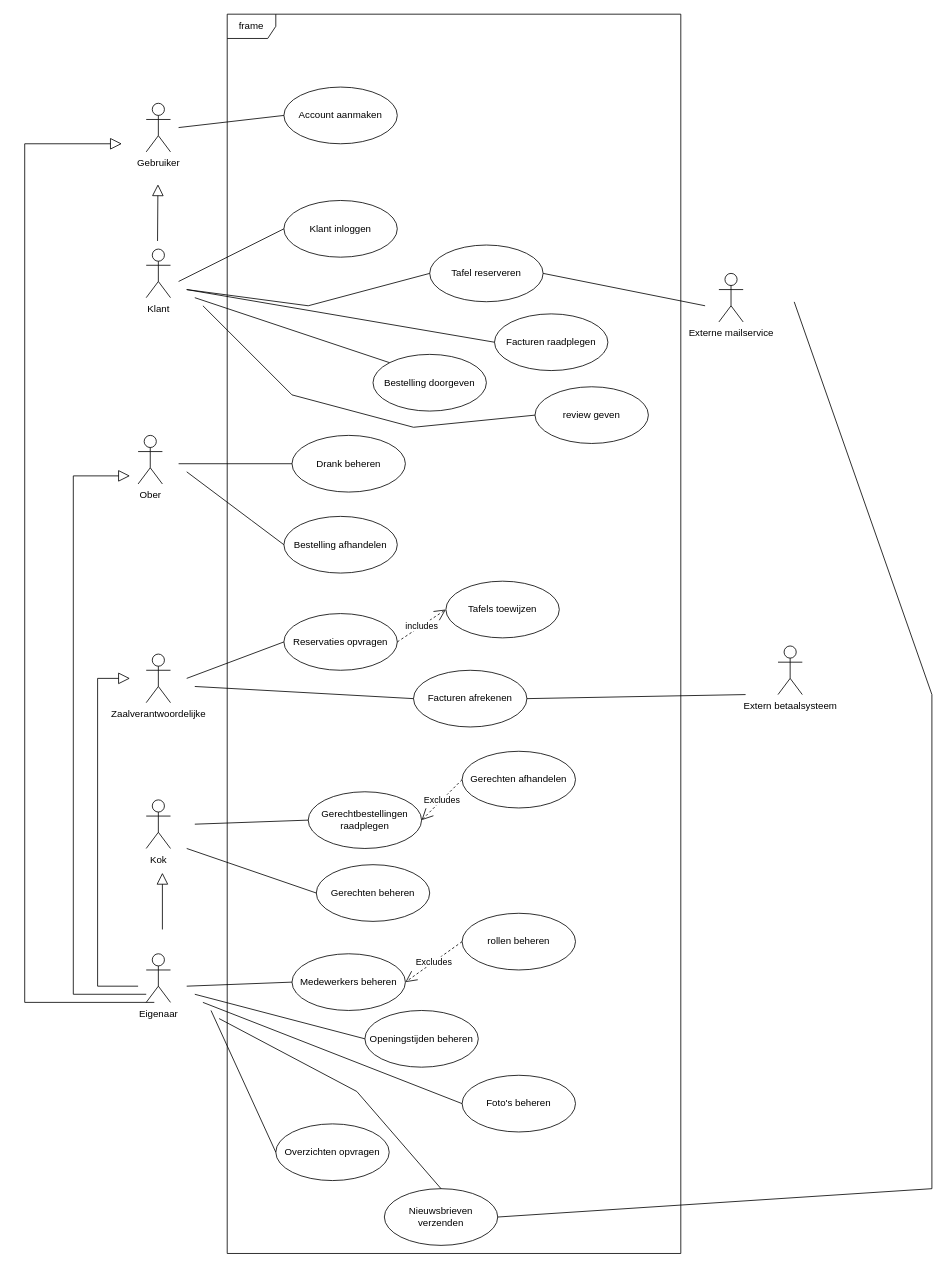
Earlier version of the draw.io diagram uml-schema-jens.drawio (jensvp/uml). Source tidied: cells renumbered, new cells numbered last; positions are measured from the earlier drawing's top-left corner, leaving out a move shared by most shapes. Both pictures are drawn from the tidied source at 81%, with x=0, y=0 at pixel (24, 14).
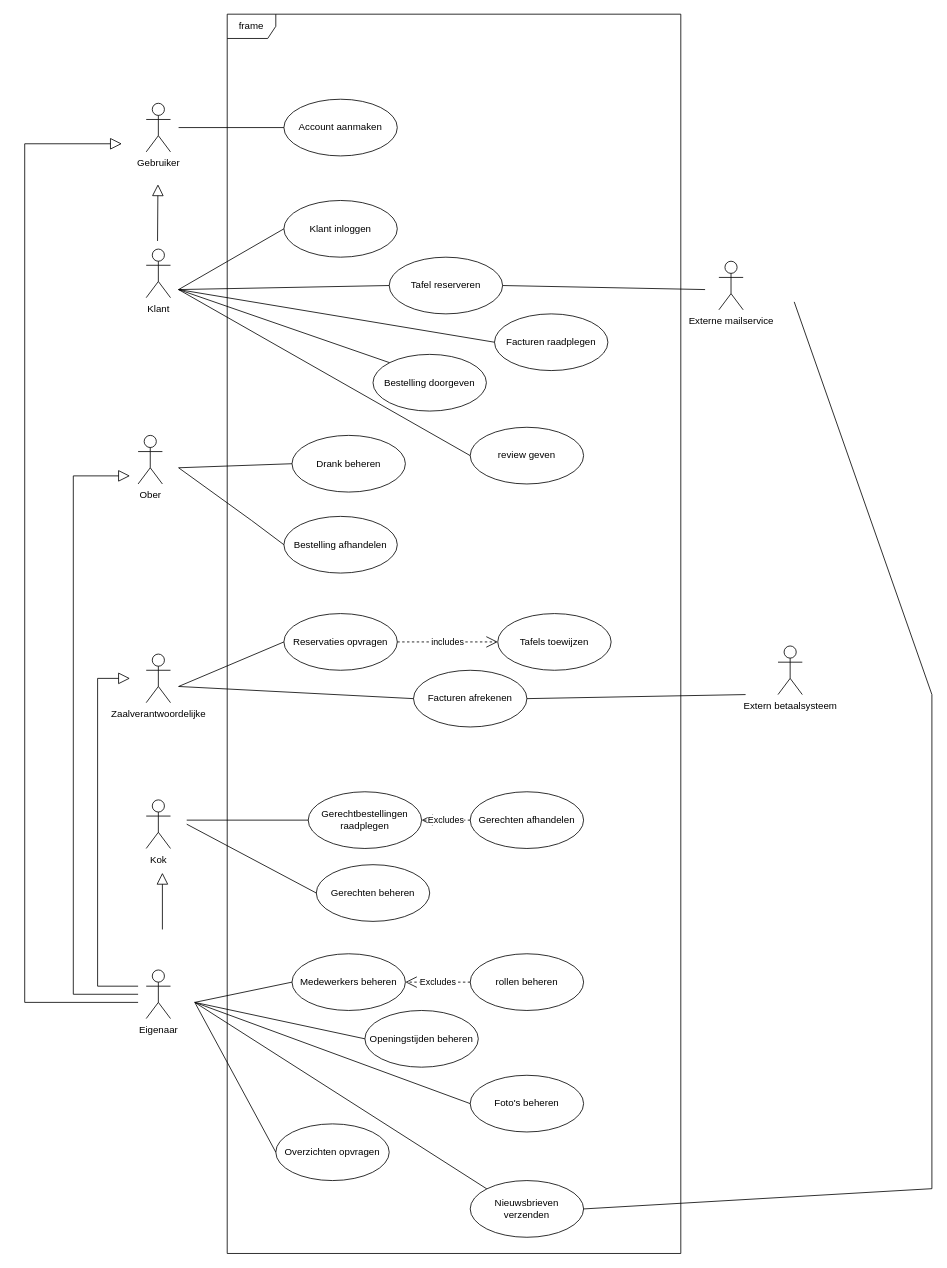
The same page after the edit.

Commit message (it also covers changes not shown here):
Opstelling beter uitgewerkt

Unchanged cells that the change refers to:
```xml
<mxCell id="8" value="Klant inloggen" style="ellipse;whiteSpace=wrap;html=1;" parent="1" vertex="1">
  <mxGeometry x="320" y="230" width="140" height="70" as="geometry" />
</mxCell>
<mxCell id="12" value="Bestelling doorgeven" style="ellipse;whiteSpace=wrap;html=1;" parent="1" vertex="1">
  <mxGeometry x="430" y="420" width="140" height="70" as="geometry" />
</mxCell>
<mxCell id="16" value="Facturen raadplegen" style="ellipse;whiteSpace=wrap;html=1;" parent="1" vertex="1">
  <mxGeometry x="580" y="370" width="140" height="70" as="geometry" />
</mxCell>
<mxCell id="18" value="Bestelling afhandelen" style="ellipse;whiteSpace=wrap;html=1;" parent="1" vertex="1">
  <mxGeometry x="320" y="620" width="140" height="70" as="geometry" />
</mxCell>
<mxCell id="19" value="Drank beheren" style="ellipse;whiteSpace=wrap;html=1;" parent="1" vertex="1">
  <mxGeometry x="330" y="520" width="140" height="70" as="geometry" />
</mxCell>
<mxCell id="22" value="Reservaties opvragen" style="ellipse;whiteSpace=wrap;html=1;" parent="1" vertex="1">
  <mxGeometry x="320" y="740" width="140" height="70" as="geometry" />
</mxCell>
<mxCell id="25" value="Facturen afrekenen" style="ellipse;whiteSpace=wrap;html=1;" parent="1" vertex="1">
  <mxGeometry x="480" y="810" width="140" height="70" as="geometry" />
</mxCell>
<mxCell id="29" value="Gerechtbestellingen raadplegen" style="ellipse;whiteSpace=wrap;html=1;" parent="1" vertex="1">
  <mxGeometry x="350" y="960" width="140" height="70" as="geometry" />
</mxCell>
<mxCell id="30" value="Gerechten beheren" style="ellipse;whiteSpace=wrap;html=1;" parent="1" vertex="1">
  <mxGeometry x="360" y="1050" width="140" height="70" as="geometry" />
</mxCell>
<mxCell id="34" value="Medewerkers beheren" style="ellipse;whiteSpace=wrap;html=1;" parent="1" vertex="1">
  <mxGeometry x="330" y="1160" width="140" height="70" as="geometry" />
</mxCell>
<mxCell id="37" value="Overzichten opvragen" style="ellipse;whiteSpace=wrap;html=1;" parent="1" vertex="1">
  <mxGeometry x="310" y="1370" width="140" height="70" as="geometry" />
</mxCell>
<mxCell id="40" value="Openingstijden beheren" style="ellipse;whiteSpace=wrap;html=1;" parent="1" vertex="1">
  <mxGeometry x="420" y="1230" width="140" height="70" as="geometry" />
</mxCell>
```

The edit, as a diff of the source:
```diff
@@
     <mxCell id="6" value="Eigenaar" style="shape=umlActor;verticalLabelPosition=bottom;verticalAlign=top;html=1;" parent="1" vertex="1">
-      <mxGeometry x="150" y="1160" width="30" height="60" as="geometry" />
+      <mxGeometry x="150" y="1180" width="30" height="60" as="geometry" />
     </mxCell>
@@
     <mxCell id="9" style="endArrow=none;html=1;rounded=0;entryX=0;entryY=0.5;entryDx=0;entryDy=0;" parent="1" edge="1" target="8">
       <mxGeometry relative="1" as="geometry">
-        <mxPoint x="190" y="330" as="sourcePoint" />
+        <mxPoint x="190" y="340" as="sourcePoint" />
       </mxGeometry>
     </mxCell>
     <mxCell id="10" value="Tafel reserveren" style="ellipse;whiteSpace=wrap;html=1;" parent="1" vertex="1">
-      <mxGeometry x="500" y="285" width="140" height="70" as="geometry" />
+      <mxGeometry x="450" y="300" width="140" height="70" as="geometry" />
     </mxCell>
     <mxCell id="11" style="endArrow=none;html=1;rounded=0;entryX=0;entryY=0.5;entryDx=0;entryDy=0;" parent="1" edge="1" target="10">
       <mxGeometry relative="1" as="geometry">
-        <mxPoint x="200" y="340" as="sourcePoint" />
-        <Array as="points">
-          <mxPoint x="350" y="360" />
-        </Array>
+        <mxPoint x="190" y="340" as="sourcePoint" />
       </mxGeometry>
     </mxCell>
@@
     <mxCell id="13" value="Externe mailservice" style="shape=umlActor;verticalLabelPosition=bottom;verticalAlign=top;html=1;" parent="1" vertex="1">
-      <mxGeometry x="857" y="320" width="30" height="60" as="geometry" />
+      <mxGeometry x="857" y="305" width="30" height="60" as="geometry" />
     </mxCell>
     <mxCell id="14" style="endArrow=none;html=1;rounded=0;entryX=1;entryY=0.5;entryDx=0;entryDy=0;" parent="1" edge="1" target="10">
       <mxGeometry relative="1" as="geometry">
-        <mxPoint x="840" y="360" as="sourcePoint" />
+        <mxPoint x="840" y="340" as="sourcePoint" />
       </mxGeometry>
     </mxCell>
     <mxCell id="15" style="endArrow=none;html=1;rounded=0;entryX=0;entryY=0;entryDx=0;entryDy=0;" parent="1" edge="1" target="12">
       <mxGeometry relative="1" as="geometry">
-        <mxPoint x="210" y="350" as="sourcePoint" />
+        <mxPoint x="190" y="340" as="sourcePoint" />
       </mxGeometry>
     </mxCell>
@@
     <mxCell id="17" value="review geven" style="ellipse;whiteSpace=wrap;html=1;" parent="1" vertex="1">
-      <mxGeometry x="630" y="460" width="140" height="70" as="geometry" />
+      <mxGeometry x="550" y="510" width="140" height="70" as="geometry" />
     </mxCell>
@@
     <mxCell id="20" style="endArrow=none;html=1;rounded=0;entryX=0;entryY=0.5;entryDx=0;entryDy=0;" parent="1" edge="1" target="19">
       <mxGeometry relative="1" as="geometry">
-        <mxPoint x="190" y="555" as="sourcePoint" />
+        <mxPoint x="190" y="560" as="sourcePoint" />
       </mxGeometry>
     </mxCell>
     <mxCell id="21" style="endArrow=none;html=1;rounded=0;entryX=0;entryY=0.5;entryDx=0;entryDy=0;" parent="1" edge="1" target="18">
       <mxGeometry relative="1" as="geometry">
-        <mxPoint x="200" y="565" as="sourcePoint" />
+        <mxPoint x="190" y="560" as="sourcePoint" />
         <Array as="points">
           <mxPoint x="280" y="625" />
         </Array>
       </mxGeometry>
     </mxCell>
@@
     <mxCell id="23" style="endArrow=none;html=1;rounded=0;entryX=0;entryY=0.5;entryDx=0;entryDy=0;" parent="1" edge="1" target="22">
       <mxGeometry relative="1" as="geometry">
-        <mxPoint x="200" y="820" as="sourcePoint" />
+        <mxPoint x="190" y="830" as="sourcePoint" />
       </mxGeometry>
     </mxCell>
     <mxCell id="24" value="Tafels toewijzen" style="ellipse;whiteSpace=wrap;html=1;" parent="1" vertex="1">
-      <mxGeometry x="520" y="700" width="140" height="70" as="geometry" />
+      <mxGeometry x="584" y="740" width="140" height="70" as="geometry" />
     </mxCell>
@@
     <mxCell id="26" style="endArrow=none;html=1;rounded=0;entryX=0;entryY=0.5;entryDx=0;entryDy=0;" parent="1" edge="1" target="25">
       <mxGeometry relative="1" as="geometry">
-        <mxPoint x="210" y="830" as="sourcePoint" />
+        <mxPoint x="190" y="830" as="sourcePoint" />
       </mxGeometry>
     </mxCell>
@@
     <mxCell id="31" value="Gerechten afhandelen" style="ellipse;whiteSpace=wrap;html=1;" parent="1" vertex="1">
-      <mxGeometry x="540" y="910" width="140" height="70" as="geometry" />
+      <mxGeometry x="550" y="960" width="140" height="70" as="geometry" />
     </mxCell>
     <mxCell id="32" style="endArrow=none;html=1;rounded=0;entryX=0;entryY=0.5;entryDx=0;entryDy=0;" parent="1" edge="1" target="29">
       <mxGeometry relative="1" as="geometry">
-        <mxPoint x="210" y="1000" as="sourcePoint" />
+        <mxPoint x="200" y="995" as="sourcePoint" />
       </mxGeometry>
     </mxCell>
     <mxCell id="33" style="endArrow=none;html=1;rounded=0;entryX=0;entryY=0.5;entryDx=0;entryDy=0;" parent="1" edge="1" target="30">
       <mxGeometry relative="1" as="geometry">
-        <mxPoint x="200" y="1030" as="sourcePoint" />
+        <mxPoint x="200" y="1000" as="sourcePoint" />
       </mxGeometry>
     </mxCell>
@@
     <mxCell id="35" value="rollen beheren" style="ellipse;whiteSpace=wrap;html=1;" parent="1" vertex="1">
-      <mxGeometry x="540" y="1110" width="140" height="70" as="geometry" />
+      <mxGeometry x="550" y="1160" width="140" height="70" as="geometry" />
     </mxCell>
     <mxCell id="36" style="endArrow=none;html=1;rounded=0;entryX=0;entryY=0.5;entryDx=0;entryDy=0;" parent="1" edge="1" target="34">
       <mxGeometry relative="1" as="geometry">
-        <mxPoint x="200" y="1200" as="sourcePoint" />
+        <mxPoint x="210" y="1220" as="sourcePoint" />
       </mxGeometry>
     </mxCell>
@@
     <mxCell id="38" value="Nieuwsbrieven verzenden" style="ellipse;whiteSpace=wrap;html=1;" parent="1" vertex="1">
-      <mxGeometry x="444" y="1450" width="140" height="70" as="geometry" />
+      <mxGeometry x="550" y="1440" width="140" height="70" as="geometry" />
     </mxCell>
     <mxCell id="39" value="Foto's beheren" style="ellipse;whiteSpace=wrap;html=1;" parent="1" vertex="1">
-      <mxGeometry x="540" y="1310" width="140" height="70" as="geometry" />
+      <mxGeometry x="550" y="1310" width="140" height="70" as="geometry" />
     </mxCell>
@@
     <mxCell id="41" style="endArrow=none;html=1;rounded=0;entryX=0;entryY=0.5;entryDx=0;entryDy=0;" parent="1" edge="1" target="40">
       <mxGeometry relative="1" as="geometry">
-        <mxPoint x="210" y="1210" as="sourcePoint" />
+        <mxPoint x="210" y="1220" as="sourcePoint" />
       </mxGeometry>
     </mxCell>
     <mxCell id="42" style="endArrow=none;html=1;rounded=0;entryX=0;entryY=0.5;entryDx=0;entryDy=0;" parent="1" edge="1" target="39">
       <mxGeometry relative="1" as="geometry">
-        <mxPoint x="220" y="1220" as="sourcePoint" />
+        <mxPoint x="210" y="1220" as="sourcePoint" />
       </mxGeometry>
     </mxCell>
     <mxCell id="43" style="endArrow=none;html=1;rounded=0;entryX=0;entryY=0.5;entryDx=0;entryDy=0;" parent="1" edge="1" target="37">
       <mxGeometry relative="1" as="geometry">
-        <mxPoint x="230" y="1230" as="sourcePoint" />
+        <mxPoint x="210" y="1220" as="sourcePoint" />
       </mxGeometry>
     </mxCell>
-    <mxCell id="44" style="endArrow=none;html=1;rounded=0;entryX=0.5;entryY=0;entryDx=0;entryDy=0;" parent="1" edge="1" target="38">
+    <mxCell id="44" style="endArrow=none;html=1;rounded=0;entryX=0;entryY=0;entryDx=0;entryDy=0;" parent="1" edge="1" target="38">
       <mxGeometry relative="1" as="geometry">
-        <mxPoint x="240" y="1240" as="sourcePoint" />
-        <Array as="points">
-          <mxPoint x="410" y="1330" />
-        </Array>
+        <mxPoint x="210" y="1220" as="sourcePoint" />
       </mxGeometry>
     </mxCell>
@@
     <mxCell id="48" style="endArrow=none;html=1;rounded=0;entryX=0;entryY=0.5;entryDx=0;entryDy=0;" parent="1" edge="1" target="17">
       <mxGeometry relative="1" as="geometry">
-        <mxPoint x="220" y="360" as="sourcePoint" />
-        <Array as="points">
-          <mxPoint x="330" y="470" />
-          <mxPoint x="480" y="510" />
-        </Array>
+        <mxPoint x="190" y="340" as="sourcePoint" />
       </mxGeometry>
     </mxCell>
     <mxCell id="49" style="endArrow=none;html=1;rounded=0;entryX=0;entryY=0.5;entryDx=0;entryDy=0;" parent="1" edge="1" target="16">
       <mxGeometry relative="1" as="geometry">
-        <mxPoint x="200" y="340" as="sourcePoint" />
+        <mxPoint x="190" y="340" as="sourcePoint" />
       </mxGeometry>
     </mxCell>
@@
     <mxCell id="53" value="Account aanmaken" style="ellipse;whiteSpace=wrap;html=1;" parent="1" vertex="1">
-      <mxGeometry x="320" y="90" width="140" height="70" as="geometry" />
+      <mxGeometry x="320" y="105" width="140" height="70" as="geometry" />
     </mxCell>
@@
     <mxCell id="57" style="endArrow=block;endFill=0;endSize=12;html=1;rounded=0;" parent="1" edge="1">
       <mxGeometry relative="1" as="geometry">
-        <mxPoint x="150" y="1210" as="sourcePoint" />
+        <mxPoint x="140" y="1210" as="sourcePoint" />
         <mxPoint x="130" y="570" as="targetPoint" />
         <Array as="points">
           <mxPoint x="60" y="1210" />
           <mxPoint x="60" y="570" />
         </Array>
       </mxGeometry>
     </mxCell>
     <mxCell id="58" style="endArrow=block;endFill=0;endSize=12;html=1;rounded=0;" parent="1" edge="1">
       <mxGeometry relative="1" as="geometry">
-        <mxPoint x="160" y="1220" as="sourcePoint" />
+        <mxPoint x="140" y="1220" as="sourcePoint" />
         <mxPoint x="120" y="160" as="targetPoint" />
         <Array as="points">
           <mxPoint y="1220" />
           <mxPoint y="160" />
         </Array>
       </mxGeometry>
     </mxCell>
```
